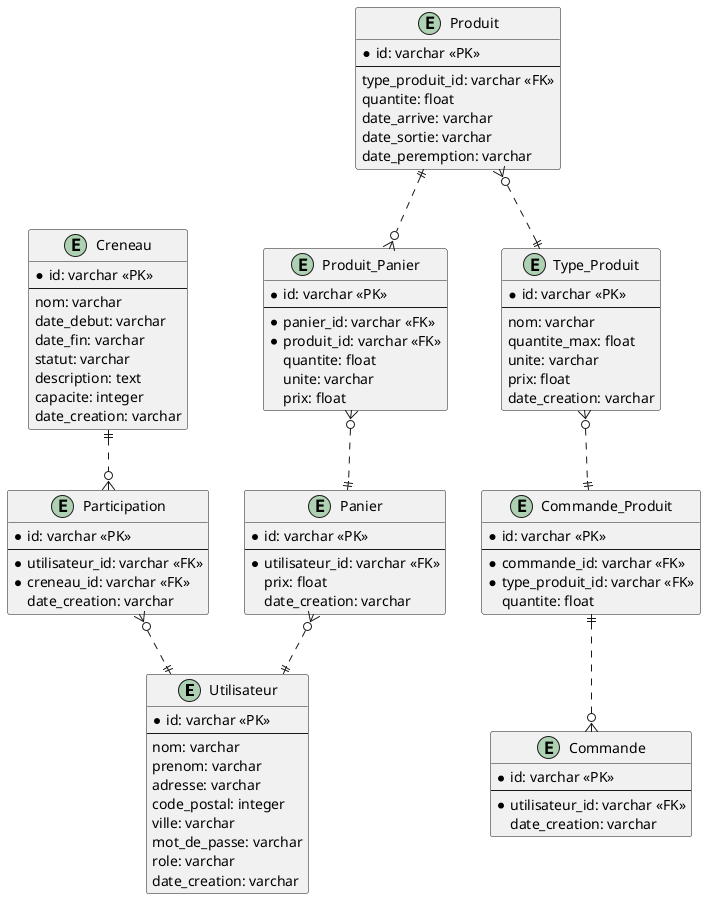
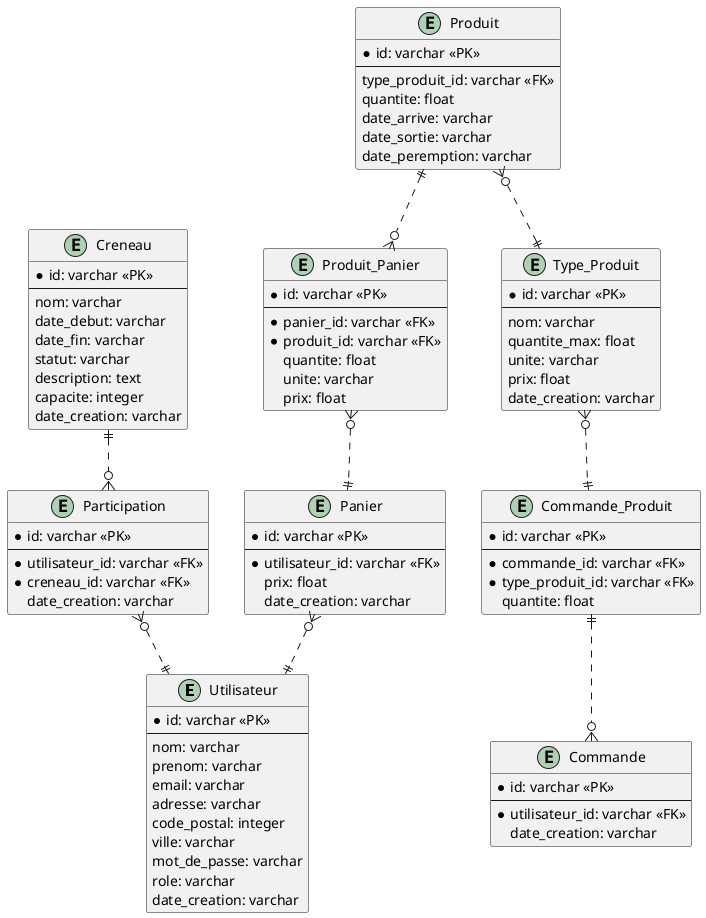
@startuml

entity Utilisateur {
    * id: varchar <<PK>>
    --
    nom: varchar
    prenom: varchar
+     email: varchar
    adresse: varchar
    code_postal: integer
    ville: varchar
    mot_de_passe: varchar
    role: varchar
    date_creation: varchar
}

entity Participation {
    * id: varchar <<PK>>
    --
    * utilisateur_id: varchar <<FK>>
    * creneau_id: varchar <<FK>>
    date_creation: varchar
}

entity Type_Produit {
    * id: varchar <<PK>>
    --
    nom: varchar
    quantite_max: float
    unite: varchar
    prix: float
    date_creation: varchar
}

entity Produit {
    * id: varchar <<PK>>
    --
    type_produit_id: varchar <<FK>>
    quantite: float
    date_arrive: varchar
    date_sortie: varchar
    date_peremption: varchar
}

entity Creneau {
    * id: varchar <<PK>>
    --
    nom: varchar
    date_debut: varchar
    date_fin: varchar
    statut: varchar
    description: text
    capacite: integer
    date_creation: varchar
}

entity Panier {
    * id: varchar <<PK>>
    --
    *utilisateur_id: varchar <<FK>>
    prix: float
    date_creation: varchar
}

entity Produit_Panier {
    * id: varchar <<PK>>
    --
    * panier_id: varchar <<FK>>
    * produit_id: varchar <<FK>>
    quantite: float
    unite: varchar
    prix: float
}

entity Commande {
    * id: varchar <<PK>>
    --
    * utilisateur_id: varchar <<FK>>
    date_creation: varchar
}

entity Commande_Produit {
    * id: varchar <<PK>>
    --
    * commande_id: varchar <<FK>>
    * type_produit_id: varchar <<FK>>
    quantite: float
}

Creneau ||..o{ Participation
Participation }o..|| Utilisateur
Panier }o..|| Utilisateur
Produit_Panier }o..|| Panier
Produit ||..o{ Produit_Panier
Produit }o..|| Type_Produit
Type_Produit }o..|| Commande_Produit
Commande_Produit ||..o{ Commande

@enduml
